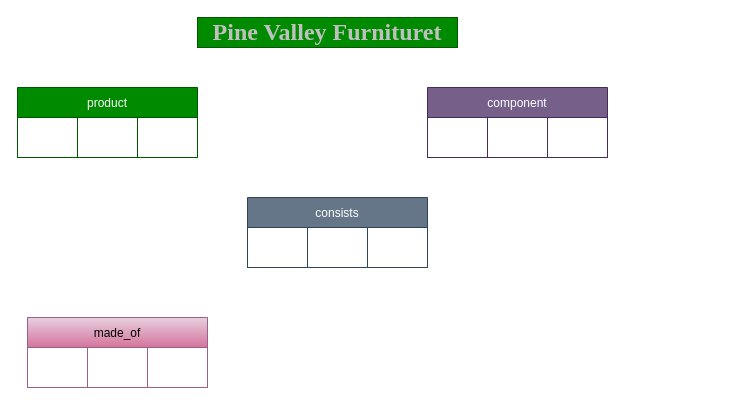
Earlier version of the draw.io diagram Mapping/task_5..drawio (mariamnabeh/Database-ERD-EERD-Models). Source tidied: cells renumbered, new cells numbered last; positions are measured from the earlier drawing's top-left corner, leaving out a move shared by most shapes. Both pictures are drawn from the tidied source at 100%, with x=0, y=0 at pixel (17, 17).
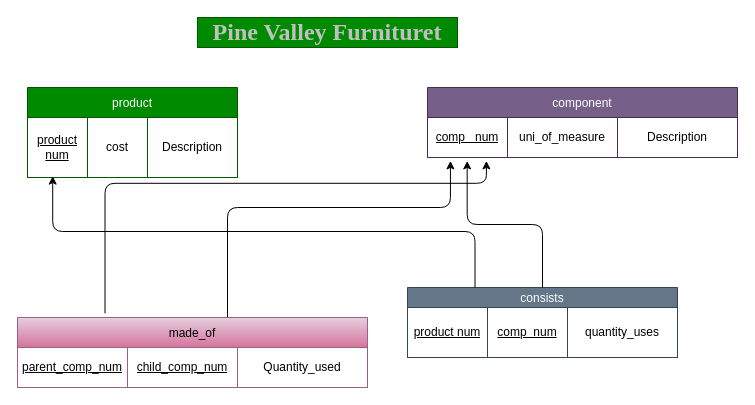
Above is the later version.

Commit message:
Populate task 5 schema mapping

Add product, component, consists, made_of, and quantity fields, and connect the schema entities with relationship edges.

Change to the diagram source:
```diff
@@
     <mxCell id="3" value="product" style="shape=table;startSize=30;childLayout=tableLayout;fixedHeader=1;tableRender=collapsed;fillColor=#008a00;fontColor=#ffffff;strokeColor=#005700;" parent="1" vertex="1">
-      <mxGeometry y="70" width="180" height="70" as="geometry" />
+      <mxGeometry x="10" y="70" width="210" height="90" as="geometry" />
     </mxCell>
     <mxCell id="4" style="shape=tableRow;horizontal=0;startSize=0;swimlaneHead=0;swimlaneBody=0;strokeColor=inherit;fillColor=none;points=[[0,0.5],[1,0.5]];portConstraint=eastwest;fixedHeader=1;" parent="3" vertex="1">
-      <mxGeometry y="30" width="180" height="40" as="geometry" />
+      <mxGeometry y="30" width="210" height="60" as="geometry" />
     </mxCell>
-    <mxCell id="5" style="shape=partialRectangle;html=1;whiteSpace=wrap;strokeColor=inherit;overflow=hidden;fillColor=none;" parent="4" vertex="1">
-      <mxGeometry width="60" height="40" as="geometry" />
+    <mxCell id="5" value="&lt;u&gt;product num&lt;/u&gt;" style="shape=partialRectangle;html=1;whiteSpace=wrap;strokeColor=inherit;overflow=hidden;fillColor=none;" parent="4" vertex="1">
+      <mxGeometry width="60" height="60" as="geometry" />
     </mxCell>
-    <mxCell id="6" style="shape=partialRectangle;html=1;whiteSpace=wrap;strokeColor=inherit;overflow=hidden;fillColor=none;" parent="4" vertex="1">
-      <mxGeometry x="60" width="60" height="40" as="geometry" />
+    <mxCell id="6" value="cost" style="shape=partialRectangle;html=1;whiteSpace=wrap;strokeColor=inherit;overflow=hidden;fillColor=none;" parent="4" vertex="1">
+      <mxGeometry x="60" width="60" height="60" as="geometry" />
     </mxCell>
-    <mxCell id="7" style="shape=partialRectangle;html=1;whiteSpace=wrap;strokeColor=inherit;overflow=hidden;fillColor=none;" parent="4" vertex="1">
-      <mxGeometry x="120" width="60" height="40" as="geometry" />
+    <mxCell id="7" value="Description" style="shape=partialRectangle;html=1;whiteSpace=wrap;strokeColor=inherit;overflow=hidden;fillColor=none;" parent="4" vertex="1">
+      <mxGeometry x="120" width="90" height="60" as="geometry" />
     </mxCell>
     <mxCell id="8" value="component" style="shape=table;startSize=30;childLayout=tableLayout;fixedHeader=1;tableRender=collapsed;fillColor=#76608a;fontColor=#ffffff;strokeColor=#432D57;" parent="1" vertex="1">
-      <mxGeometry x="410" y="70" width="180" height="70" as="geometry" />
+      <mxGeometry x="410" y="70" width="310" height="70" as="geometry" />
     </mxCell>
     <mxCell id="9" style="shape=tableRow;horizontal=0;startSize=0;swimlaneHead=0;swimlaneBody=0;strokeColor=inherit;fillColor=none;points=[[0,0.5],[1,0.5]];portConstraint=eastwest;fixedHeader=1;" parent="8" vertex="1">
-      <mxGeometry y="30" width="180" height="40" as="geometry" />
+      <mxGeometry y="30" width="310" height="40" as="geometry" />
     </mxCell>
-    <mxCell id="10" style="shape=partialRectangle;html=1;whiteSpace=wrap;strokeColor=inherit;overflow=hidden;fillColor=none;" parent="9" vertex="1">
-      <mxGeometry width="60" height="40" as="geometry" />
+    <mxCell id="10" value="&lt;u&gt;comp&amp;nbsp; &amp;nbsp;num&lt;/u&gt;" style="shape=partialRectangle;html=1;whiteSpace=wrap;strokeColor=inherit;overflow=hidden;fillColor=none;" parent="9" vertex="1">
+      <mxGeometry width="80" height="40" as="geometry" />
     </mxCell>
-    <mxCell id="11" style="shape=partialRectangle;html=1;whiteSpace=wrap;strokeColor=inherit;overflow=hidden;fillColor=none;" parent="9" vertex="1">
-      <mxGeometry x="60" width="60" height="40" as="geometry" />
+    <mxCell id="11" value="uni_of_measure" style="shape=partialRectangle;html=1;whiteSpace=wrap;strokeColor=inherit;overflow=hidden;fillColor=none;" parent="9" vertex="1">
+      <mxGeometry x="80" width="110" height="40" as="geometry" />
     </mxCell>
-    <mxCell id="12" style="shape=partialRectangle;html=1;whiteSpace=wrap;strokeColor=inherit;overflow=hidden;fillColor=none;" parent="9" vertex="1">
-      <mxGeometry x="120" width="60" height="40" as="geometry" />
+    <mxCell id="12" value="Description" style="shape=partialRectangle;html=1;whiteSpace=wrap;strokeColor=inherit;overflow=hidden;fillColor=none;" parent="9" vertex="1">
+      <mxGeometry x="190" width="120" height="40" as="geometry" />
     </mxCell>
-    <mxCell id="13" value="consists" style="shape=table;startSize=30;childLayout=tableLayout;fixedHeader=1;tableRender=collapsed;fillColor=#647687;fontColor=#ffffff;strokeColor=#314354;" parent="1" vertex="1">
-      <mxGeometry x="230" y="180" width="180" height="70" as="geometry" />
+    <mxCell id="13" value="consists" style="shape=table;startSize=20;childLayout=tableLayout;fixedHeader=1;tableRender=collapsed;fillColor=#647687;fontColor=#ffffff;strokeColor=#314354;" parent="1" vertex="1">
+      <mxGeometry x="390" y="270" width="270" height="70" as="geometry" />
     </mxCell>
     <mxCell id="14" style="shape=tableRow;horizontal=0;startSize=0;swimlaneHead=0;swimlaneBody=0;strokeColor=inherit;fillColor=none;fixedHeader=1;" parent="13" vertex="1">
-      <mxGeometry y="30" width="180" height="40" as="geometry" />
+      <mxGeometry y="20" width="270" height="50" as="geometry" />
     </mxCell>
-    <mxCell id="15" style="shape=partialRectangle;html=1;whiteSpace=wrap;strokeColor=inherit;overflow=hidden;fillColor=none;" parent="14" vertex="1">
-      <mxGeometry width="60" height="40" as="geometry" />
+    <mxCell id="15" value="&lt;u&gt;&lt;br&gt;product num&lt;/u&gt;&lt;div&gt;&lt;br&gt;&lt;/div&gt;" style="shape=partialRectangle;html=1;whiteSpace=wrap;strokeColor=inherit;overflow=hidden;fillColor=none;" parent="14" vertex="1">
+      <mxGeometry width="80" height="50" as="geometry" />
     </mxCell>
-    <mxCell id="16" style="shape=partialRectangle;html=1;whiteSpace=wrap;strokeColor=inherit;overflow=hidden;fillColor=none;" parent="14" vertex="1">
-      <mxGeometry x="60" width="60" height="40" as="geometry" />
+    <mxCell id="16" value="&lt;u&gt;comp&amp;nbsp; num&lt;/u&gt;" style="shape=partialRectangle;html=1;whiteSpace=wrap;strokeColor=inherit;overflow=hidden;fillColor=none;" parent="14" vertex="1">
+      <mxGeometry x="80" width="80" height="50" as="geometry" />
     </mxCell>
-    <mxCell id="17" style="shape=partialRectangle;html=1;whiteSpace=wrap;strokeColor=inherit;overflow=hidden;fillColor=none;" parent="14" vertex="1">
-      <mxGeometry x="120" width="60" height="40" as="geometry" />
+    <mxCell id="17" value="quantity_uses" style="shape=partialRectangle;html=1;whiteSpace=wrap;strokeColor=inherit;overflow=hidden;fillColor=none;" parent="14" vertex="1">
+      <mxGeometry x="160" width="110" height="50" as="geometry" />
     </mxCell>
+    <mxCell id="23" style="edgeStyle=elbowEdgeStyle;elbow=vertical;html=1;entryX=0.074;entryY=1.085;entryDx=0;entryDy=0;entryPerimeter=0;" parent="1" edge="1" source="18" target="9">
+      <mxGeometry relative="1" as="geometry">
+        <Array as="points">
+          <mxPoint x="210" y="190" />
+        </Array>
+      </mxGeometry>
+    </mxCell>
     <mxCell id="18" value="made_of" style="shape=table;startSize=30;childLayout=tableLayout;fixedHeader=1;tableRender=collapsed;fillColor=#e6d0de;strokeColor=#996185;gradientColor=#d5739d;" parent="1" vertex="1">
-      <mxGeometry x="10" y="300" width="180" height="70" as="geometry" />
+      <mxGeometry y="300" width="350" height="70" as="geometry" />
     </mxCell>
     <mxCell id="19" style="shape=tableRow;horizontal=0;startSize=0;swimlaneHead=0;swimlaneBody=0;strokeColor=inherit;fillColor=none;fixedHeader=1;" parent="18" vertex="1">
-      <mxGeometry y="30" width="180" height="40" as="geometry" />
+      <mxGeometry y="30" width="350" height="40" as="geometry" />
     </mxCell>
-    <mxCell id="20" style="shape=partialRectangle;html=1;whiteSpace=wrap;strokeColor=inherit;overflow=hidden;fillColor=none;" parent="19" vertex="1">
-      <mxGeometry width="60" height="40" as="geometry" />
+    <mxCell id="20" value="&lt;u&gt;parent_comp_num&lt;/u&gt;" style="shape=partialRectangle;html=1;whiteSpace=wrap;strokeColor=inherit;overflow=hidden;fillColor=none;" parent="19" vertex="1">
+      <mxGeometry width="110" height="40" as="geometry" />
     </mxCell>
-    <mxCell id="21" style="shape=partialRectangle;html=1;whiteSpace=wrap;strokeColor=inherit;overflow=hidden;fillColor=none;" parent="19" vertex="1">
-      <mxGeometry x="60" width="60" height="40" as="geometry" />
+    <mxCell id="21" value="&lt;u&gt;child_comp_num&lt;/u&gt;" style="shape=partialRectangle;html=1;whiteSpace=wrap;strokeColor=inherit;overflow=hidden;fillColor=none;" parent="19" vertex="1">
+      <mxGeometry x="110" width="110" height="40" as="geometry" />
     </mxCell>
-    <mxCell id="22" style="shape=partialRectangle;html=1;whiteSpace=wrap;strokeColor=inherit;overflow=hidden;fillColor=none;" parent="19" vertex="1">
-      <mxGeometry x="120" width="60" height="40" as="geometry" />
+    <mxCell id="22" value="Quantity_used" style="shape=partialRectangle;html=1;whiteSpace=wrap;strokeColor=inherit;overflow=hidden;fillColor=none;" parent="19" vertex="1">
+      <mxGeometry x="220" width="130" height="40" as="geometry" />
     </mxCell>
+    <mxCell id="24" style="edgeStyle=elbowEdgeStyle;elbow=vertical;html=1;exitX=0.5;exitY=0;exitDx=0;exitDy=0;entryX=0.128;entryY=1.085;entryDx=0;entryDy=0;entryPerimeter=0;" parent="1" edge="1" source="13" target="9">
+      <mxGeometry relative="1" as="geometry" />
+    </mxCell>
+    <mxCell id="25" style="edgeStyle=elbowEdgeStyle;elbow=vertical;html=1;exitX=0.25;exitY=0;exitDx=0;exitDy=0;entryX=0.12;entryY=0.977;entryDx=0;entryDy=0;entryPerimeter=0;" parent="1" edge="1" source="13" target="4">
+      <mxGeometry relative="1" as="geometry" />
+    </mxCell>
+    <mxCell id="26" style="edgeStyle=elbowEdgeStyle;elbow=vertical;html=1;exitX=0.25;exitY=0;exitDx=0;exitDy=0;entryX=0.19;entryY=1.085;entryDx=0;entryDy=0;entryPerimeter=0;" parent="1" edge="1" target="9">
+      <mxGeometry x="0.03" relative="1" as="geometry">
+        <mxPoint x="87.5" y="295.8" as="sourcePoint" />
+        <Array as="points">
+          <mxPoint x="280" y="165.8" />
+        </Array>
+      </mxGeometry>
+    </mxCell>
```
